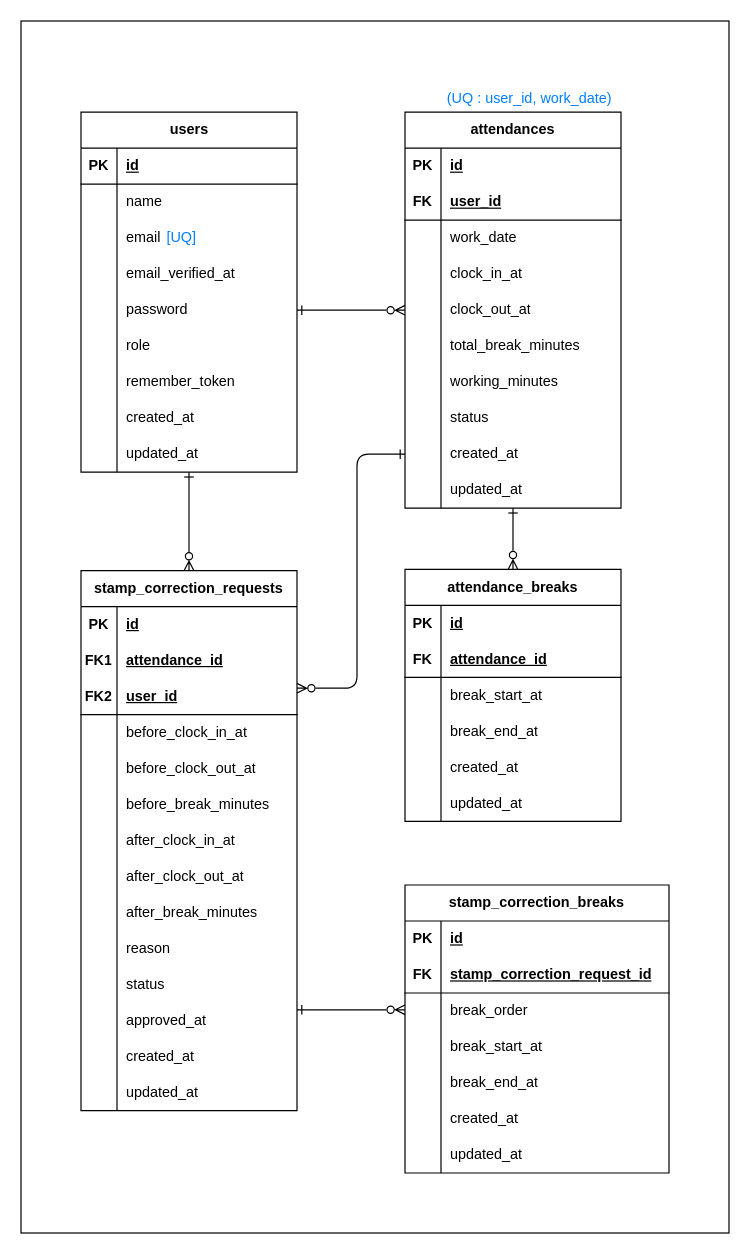
Above: diagram.drawio in mao716/attendance-app (draw.io), before the change. Source tidied: cells renumbered, new cells numbered last; positions are measured from the earlier drawing's top-left corner, leaving out a move shared by most shapes. Both pictures are drawn from the tidied source at 120%, with x=0, y=0 at pixel (20, 20).
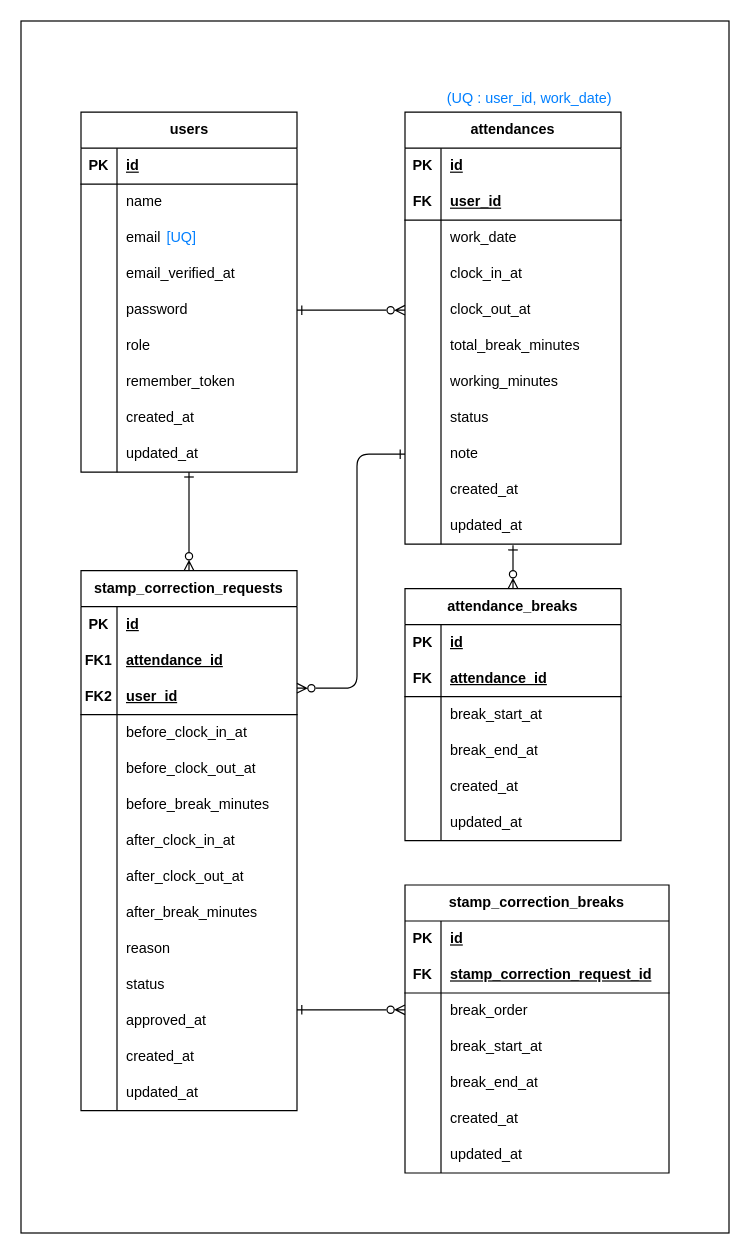
The same page after the edit.

Commit message (it also covers changes not shown here):
docs: ER図のattendancesテーブルにnoteカラムを追加＆README修正

Diff of the diagram source:
```diff
@@
     <mxCell id="32" value="attendances" style="shape=table;startSize=30;childLayout=tableLayout;rowLines=0;fontStyle=1;align=center;html=1;whiteSpace=wrap;" parent="1" vertex="1">
-      <mxGeometry x="320" y="76" width="180" height="330" as="geometry" />
+      <mxGeometry x="320" y="76" width="180" height="360" as="geometry" />
     </mxCell>
@@
+    <mxCell id="153" style="shape=tableRow;horizontal=0;startSize=0;swimlaneHead=0;swimlaneBody=0;fillColor=none;top=0;left=0;right=0;bottom=0;html=1;" parent="32" vertex="1">
+      <mxGeometry y="270" width="180" height="30" as="geometry" />
+    </mxCell>
+    <mxCell id="154" style="shape=partialRectangle;fillColor=none;top=0;left=0;bottom=0;right=0;overflow=hidden;html=1;whiteSpace=wrap;" parent="153" vertex="1">
+      <mxGeometry width="30" height="30" as="geometry" />
+    </mxCell>
+    <mxCell id="155" value="note" style="shape=partialRectangle;fillColor=none;top=0;left=0;bottom=0;right=0;align=left;spacingLeft=6;overflow=hidden;html=1;whiteSpace=wrap;" parent="153" vertex="1">
+      <mxGeometry x="30" width="150" height="30" as="geometry" />
+    </mxCell>
     <mxCell id="57" style="shape=tableRow;horizontal=0;startSize=0;swimlaneHead=0;swimlaneBody=0;fillColor=none;points=[[0,0.5],[1,0.5]];portConstraint=eastwest;top=0;left=0;right=0;bottom=0;html=1;" parent="32" vertex="1">
-      <mxGeometry y="270" width="180" height="30" as="geometry" />
+      <mxGeometry y="300" width="180" height="30" as="geometry" />
     </mxCell>
@@
     <mxCell id="60" style="shape=tableRow;horizontal=0;startSize=0;swimlaneHead=0;swimlaneBody=0;fillColor=none;points=[[0,0.5],[1,0.5]];portConstraint=eastwest;top=0;left=0;right=0;bottom=0;html=1;" parent="32" vertex="1">
-      <mxGeometry y="300" width="180" height="30" as="geometry" />
+      <mxGeometry y="330" width="180" height="30" as="geometry" />
     </mxCell>
@@
     <mxCell id="64" value="attendance_breaks" style="shape=table;startSize=30;childLayout=tableLayout;rowLines=0;fontStyle=1;align=center;html=1;whiteSpace=wrap;" parent="1" vertex="1">
-      <mxGeometry x="320" y="457" width="180" height="210" as="geometry" />
+      <mxGeometry x="320" y="473" width="180" height="210" as="geometry" />
     </mxCell>
@@
-    <mxCell id="127" style="endArrow=ERzeroToMany;html=1;startArrow=ERone;startFill=0;endFill=0;entryX=0.5;entryY=0;entryDx=0;entryDy=0;" parent="1" edge="1" target="64">
-      <mxGeometry relative="1" as="geometry">
-        <mxPoint x="410" y="406" as="sourcePoint" />
-      </mxGeometry>
+    <mxCell id="127" style="endArrow=ERzeroToMany;html=1;startArrow=ERone;startFill=0;endFill=0;entryX=0.5;entryY=0;entryDx=0;entryDy=0;exitX=0.5;exitY=1.027;exitDx=0;exitDy=0;exitPerimeter=0;" parent="1" edge="1" source="60" target="64">
+      <mxGeometry relative="1" as="geometry" />
     </mxCell>
@@
-    <mxCell id="129" style="endArrow=ERone;html=1;entryX=0;entryY=0.5;entryDx=0;entryDy=0;edgeStyle=orthogonalEdgeStyle;startArrow=ERzeroToMany;startFill=0;endFill=0;" parent="1" edge="1" target="57">
+    <mxCell id="129" style="endArrow=ERone;html=1;edgeStyle=orthogonalEdgeStyle;startArrow=ERzeroToMany;startFill=0;endFill=0;" parent="1" edge="1">
       <mxGeometry relative="1" as="geometry">
         <mxPoint x="230" y="556" as="sourcePoint" />
+        <mxPoint x="320" y="361" as="targetPoint" />
         <Array as="points">
           <mxPoint x="280" y="556" />
           <mxPoint x="280" y="361" />
+          <mxPoint x="320" y="361" />
         </Array>
       </mxGeometry>
     </mxCell>
```
